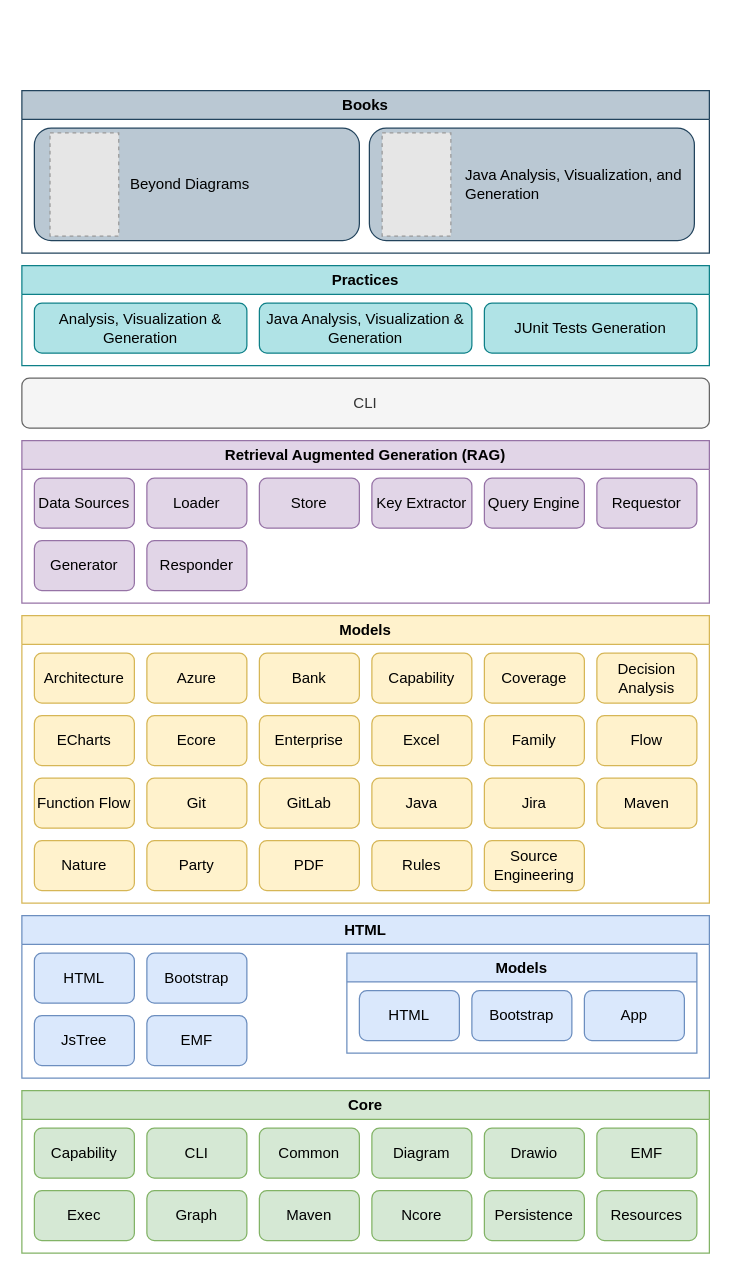
Earlier version of the draw.io diagram model/nasdanika.drawio (Nasdanika/nasdanika.github.io). Source tidied: cells renumbered, new cells numbered last; positions are measured from the earlier drawing's top-left corner, leaving out a move shared by most shapes. Both pictures are drawn from the tidied source at 125%, with x=0, y=0 at pixel (21, 90). Pictures stored in the file or linked from it are replaced by grey dashed boxes.
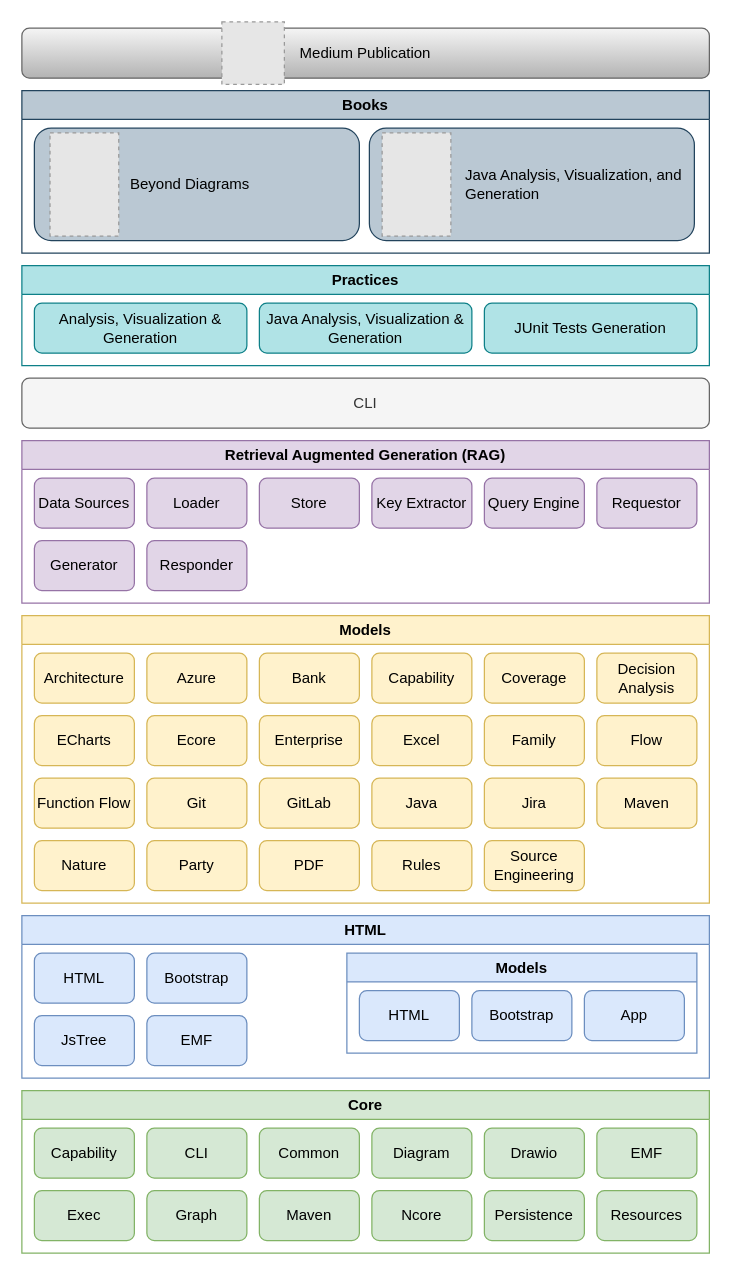
After the change.

Change to the diagram source:
```diff
@@
+    <mxCell id="67" value="Medium Publication" style="rounded=1;whiteSpace=wrap;html=1;fillColor=#f5f5f5;strokeColor=#666666;gradientColor=#b3b3b3;" parent="1" vertex="1">
+      <mxGeometry y="-50" width="550" height="40" as="geometry" />
+    </mxCell>
+    <mxCell id="68" style="fillColor=#E6E6E6;strokeColor=#999999;dashed=1;verticalLabelPosition=bottom;labelBackgroundColor=default;verticalAlign=top;" parent="1" vertex="1">
+      <mxGeometry x="160" y="-55" width="50" height="50" as="geometry" />
+    </mxCell>
```
